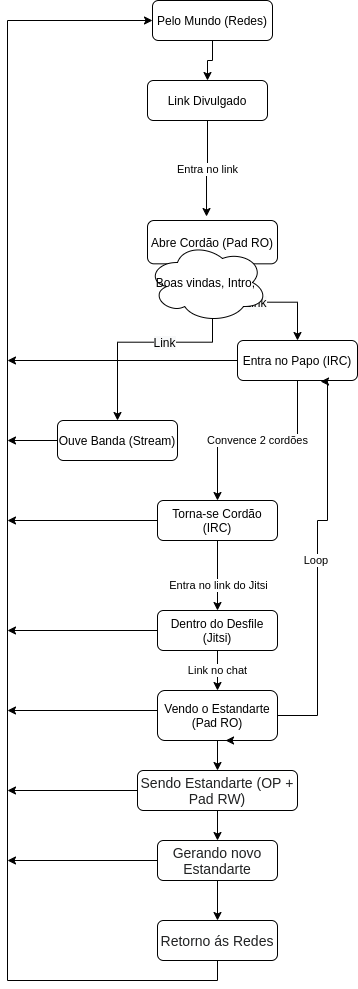
blouco/openblouco keeps this draw.io diagram as docs/diagramas/blouco.png. Above is the earlier version. Source tidied: cells renumbered, new cells last; positions are measured from the earlier drawing's top-left corner, leaving out a move shared by most shapes.
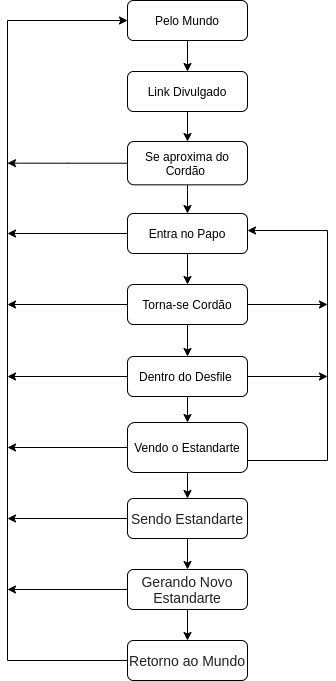
The same diagram one commit later.

Change to the diagram source:
```diff
@@ -5,136 +5,129 @@
     <mxCell id="2" style="edgeStyle=orthogonalEdgeStyle;rounded=0;jettySize=auto;html=1;exitX=0.5;exitY=1;exitDx=0;exitDy=0;" parent="1" edge="1" source="3" target="9">
       <mxGeometry relative="1" as="geometry" />
     </mxCell>
-    <mxCell id="3" value="Pelo Mundo (Redes)" style="rounded=1;whiteSpace=wrap;html=1;fontSize=12;glass=0;strokeWidth=1;shadow=0;" parent="1" vertex="1">
-      <mxGeometry x="145" width="120" height="40" as="geometry" />
+    <mxCell id="3" value="Pelo Mundo" style="rounded=1;whiteSpace=wrap;html=1;fontSize=12;glass=0;strokeWidth=1;shadow=0;" parent="1" vertex="1">
+      <mxGeometry x="140" width="120" height="40" as="geometry" />
     </mxCell>
-    <mxCell id="4" style="edgeStyle=orthogonalEdgeStyle;rounded=0;jettySize=auto;html=1;" parent="1" edge="1" source="7" target="18">
+    <mxCell id="4" style="edgeStyle=orthogonalEdgeStyle;rounded=0;jettySize=auto;html=1;entryX=0.5;entryY=0;entryDx=0;entryDy=0;" parent="1" edge="1" source="7" target="18">
       <mxGeometry relative="1" as="geometry" />
     </mxCell>
-    <mxCell id="5" value="Entra no link do Jitsi" style="edgeLabel;html=1;align=center;verticalAlign=middle;" parent="4" vertex="1">
-      <mxGeometry x="0.25" relative="1" as="geometry" />
-    </mxCell>
-    <mxCell id="6" style="edgeStyle=orthogonalEdgeStyle;rounded=0;jettySize=auto;html=1;" parent="1" edge="1" source="7">
-      <mxGeometry relative="1" as="geometry">
-        <mxPoint y="520" as="targetPoint" />
-      </mxGeometry>
-    </mxCell>
+    <mxCell id="35" style="edgeStyle=orthogonalEdgeStyle;rounded=0;jettySize=auto;html=1;" parent="1" edge="1" source="7">
+      <mxGeometry relative="1" as="geometry">
+        <mxPoint x="20" y="304" as="targetPoint" />
+      </mxGeometry>
+    </mxCell>
+    <mxCell id="36" style="edgeStyle=orthogonalEdgeStyle;rounded=0;jettySize=auto;html=1;" parent="1" edge="1" source="7">
+      <mxGeometry relative="1" as="geometry">
+        <mxPoint x="340" y="304" as="targetPoint" />
+      </mxGeometry>
+    </mxCell>
-    <mxCell id="7" value="Torna-se Cordão (IRC)" style="rounded=1;whiteSpace=wrap;html=1;fontSize=12;glass=0;strokeWidth=1;shadow=0;" parent="1" vertex="1">
-      <mxGeometry x="150" y="500" width="120" height="40" as="geometry" />
+    <mxCell id="7" value="Torna-se Cordão" style="rounded=1;whiteSpace=wrap;html=1;fontSize=12;glass=0;strokeWidth=1;shadow=0;" parent="1" vertex="1">
+      <mxGeometry x="140" y="284" width="120" height="40" as="geometry" />
     </mxCell>
-    <mxCell id="8" value="Entra no link" style="edgeStyle=orthogonalEdgeStyle;rounded=0;jettySize=auto;html=1;entryX=0.454;entryY=-0.092;entryDx=0;entryDy=0;entryPerimeter=0;" parent="1" edge="1" source="9" target="12">
-      <mxGeometry relative="1" as="geometry" />
+    <mxCell id="8" style="edgeStyle=orthogonalEdgeStyle;rounded=0;jettySize=auto;html=1;entryX=0.5;entryY=0;entryDx=0;entryDy=0;" parent="1" edge="1" source="9" target="12">
+      <mxGeometry x="0.03" y="-40" relative="1" as="geometry">
+        <mxPoint x="40" y="40" as="offset" />
+      </mxGeometry>
     </mxCell>
     <mxCell id="9" value="Link Divulgado" style="rounded=1;whiteSpace=wrap;html=1;" parent="1" vertex="1">
-      <mxGeometry x="140" y="80" width="120" height="40" as="geometry" />
+      <mxGeometry x="140" y="71" width="120" height="40" as="geometry" />
     </mxCell>
-    <mxCell id="10" value="&lt;span style=&quot;color: rgb(0 , 0 , 0) ; font-family: &amp;#34;helvetica&amp;#34; ; font-size: 12px ; font-style: normal ; font-weight: 400 ; letter-spacing: normal ; text-align: center ; text-indent: 0px ; text-transform: none ; word-spacing: 0px ; background-color: rgb(248 , 249 , 250) ; display: inline ; float: none&quot;&gt;Link&lt;/span&gt;" style="edgeStyle=orthogonalEdgeStyle;rounded=0;jettySize=auto;html=1;" parent="1" edge="1" source="12" target="33">
-      <mxGeometry relative="1" as="geometry" />
-    </mxCell>
-    <mxCell id="11" value="&lt;span style=&quot;color: rgb(0 , 0 , 0) ; font-family: &amp;#34;helvetica&amp;#34; ; font-size: 12px ; font-style: normal ; font-weight: 400 ; letter-spacing: normal ; text-align: center ; text-indent: 0px ; text-transform: none ; word-spacing: 0px ; background-color: rgb(248 , 249 , 250) ; display: inline ; float: none&quot;&gt;Link&lt;br&gt;&lt;/span&gt;" style="edgeStyle=orthogonalEdgeStyle;rounded=0;jettySize=auto;html=1;" parent="1" edge="1" source="12" target="15">
-      <mxGeometry relative="1" as="geometry" />
+    <mxCell id="11" value="&lt;span style=&quot;color: rgb(0 , 0 , 0) ; font-family: &amp;#34;helvetica&amp;#34; ; font-size: 12px ; font-style: normal ; font-weight: 400 ; letter-spacing: normal ; text-align: center ; text-indent: 0px ; text-transform: none ; word-spacing: 0px ; background-color: rgb(248 , 249 , 250) ; display: inline ; float: none&quot;&gt;&lt;br&gt;&lt;/span&gt;" style="edgeStyle=orthogonalEdgeStyle;rounded=0;jettySize=auto;html=1;entryX=0.5;entryY=0;entryDx=0;entryDy=0;" parent="1" edge="1" source="12" target="15">
+      <mxGeometry x="1" y="11" relative="1" as="geometry">
+        <Array as="points">
+          <mxPoint x="200" y="190" />
+        </Array>
+        <mxPoint x="-6" y="10" as="offset" />
+      </mxGeometry>
     </mxCell>
+    <mxCell id="37" style="edgeStyle=orthogonalEdgeStyle;rounded=0;jettySize=auto;html=1;" parent="1" edge="1" source="12">
+      <mxGeometry relative="1" as="geometry">
+        <mxPoint x="20" y="162.7" as="targetPoint" />
+      </mxGeometry>
+    </mxCell>
-    <mxCell id="12" value="Abre Cordão (Pad RO)" style="rounded=1;whiteSpace=wrap;html=1;" parent="1" vertex="1">
-      <mxGeometry x="140" y="220" width="130" height="43.3" as="geometry" />
+    <mxCell id="12" value="Se aproxima do Cordão&amp;nbsp;" style="rounded=1;whiteSpace=wrap;html=1;" parent="1" vertex="1">
+      <mxGeometry x="140" y="141" width="120" height="43.3" as="geometry" />
     </mxCell>
-    <mxCell id="13" value="Convence 2 cordões" style="edgeStyle=orthogonalEdgeStyle;rounded=0;jettySize=auto;html=1;" parent="1" edge="1" source="15" target="7">
-      <mxGeometry relative="1" as="geometry" />
+    <mxCell id="13" style="edgeStyle=orthogonalEdgeStyle;rounded=0;jettySize=auto;html=1;" parent="1" edge="1" source="15" target="7">
+      <mxGeometry x="0.4" y="-50" relative="1" as="geometry" />
     </mxCell>
-    <mxCell id="14" style="edgeStyle=orthogonalEdgeStyle;rounded=0;jettySize=auto;html=1;" parent="1" edge="1" source="15">
-      <mxGeometry relative="1" as="geometry">
-        <mxPoint y="360" as="targetPoint" />
-      </mxGeometry>
-    </mxCell>
+    <mxCell id="38" style="edgeStyle=orthogonalEdgeStyle;rounded=0;jettySize=auto;html=1;" parent="1" edge="1" source="15">
+      <mxGeometry relative="1" as="geometry">
+        <mxPoint x="20" y="233" as="targetPoint" />
+      </mxGeometry>
+    </mxCell>
-    <mxCell id="15" value="Entra no Papo (IRC)" style="rounded=1;whiteSpace=wrap;html=1;" parent="1" vertex="1">
-      <mxGeometry x="230" y="340" width="120" height="40" as="geometry" />
+    <mxCell id="15" value="Entra no Papo" style="rounded=1;whiteSpace=wrap;html=1;" parent="1" vertex="1">
+      <mxGeometry x="140" y="213" width="120" height="40" as="geometry" />
     </mxCell>
-    <mxCell id="16" style="edgeStyle=orthogonalEdgeStyle;rounded=0;jettySize=auto;html=1;" parent="1" edge="1" source="18">
-      <mxGeometry relative="1" as="geometry">
-        <mxPoint y="630" as="targetPoint" />
-      </mxGeometry>
-    </mxCell>
-    <mxCell id="17" value="Link no chat" style="edgeStyle=orthogonalEdgeStyle;rounded=0;jettySize=auto;html=1;entryX=0.5;entryY=0;entryDx=0;entryDy=0;" parent="1" edge="1" source="18" target="25">
+    <mxCell id="17" style="edgeStyle=orthogonalEdgeStyle;rounded=0;jettySize=auto;html=1;" parent="1" edge="1" source="18" target="25">
       <mxGeometry relative="1" as="geometry" />
     </mxCell>
+    <mxCell id="39" style="edgeStyle=orthogonalEdgeStyle;rounded=0;jettySize=auto;html=1;" parent="1" edge="1" source="18">
+      <mxGeometry relative="1" as="geometry">
+        <mxPoint x="20" y="376" as="targetPoint" />
+      </mxGeometry>
+    </mxCell>
+    <mxCell id="40" style="edgeStyle=orthogonalEdgeStyle;rounded=0;jettySize=auto;html=1;" parent="1" edge="1" source="18">
+      <mxGeometry relative="1" as="geometry">
+        <mxPoint x="340" y="376" as="targetPoint" />
+      </mxGeometry>
+    </mxCell>
-    <mxCell id="18" value="Dentro do Desfile (Jitsi)" style="rounded=1;whiteSpace=wrap;html=1;fontSize=12;glass=0;strokeWidth=1;shadow=0;" parent="1" vertex="1">
-      <mxGeometry x="150" y="610" width="120" height="40" as="geometry" />
+    <mxCell id="18" value="Dentro do Desfile&amp;nbsp;" style="rounded=1;whiteSpace=wrap;html=1;fontSize=12;glass=0;strokeWidth=1;shadow=0;" parent="1" vertex="1">
+      <mxGeometry x="140" y="356" width="120" height="40" as="geometry" />
     </mxCell>
-    <mxCell id="19" style="edgeStyle=orthogonalEdgeStyle;rounded=0;jettySize=auto;html=1;" parent="1" edge="1" source="21">
-      <mxGeometry relative="1" as="geometry">
-        <mxPoint y="790" as="targetPoint" />
-      </mxGeometry>
-    </mxCell>
-    <mxCell id="20" style="edgeStyle=orthogonalEdgeStyle;rounded=0;jettySize=auto;html=1;" parent="1" edge="1" source="21" target="28">
+    <mxCell id="20" style="edgeStyle=orthogonalEdgeStyle;rounded=0;jettySize=auto;html=1;entryX=0.5;entryY=0;entryDx=0;entryDy=0;" parent="1" edge="1" source="21" target="28">
       <mxGeometry relative="1" as="geometry" />
     </mxCell>
+    <mxCell id="41" style="edgeStyle=orthogonalEdgeStyle;rounded=0;jettySize=auto;html=1;" parent="1" edge="1" source="21">
+      <mxGeometry relative="1" as="geometry">
+        <mxPoint x="20" y="518" as="targetPoint" />
+      </mxGeometry>
+    </mxCell>
-    <mxCell id="21" value="&lt;font color=&quot;#202122&quot; face=&quot;sans-serif&quot;&gt;&lt;span style=&quot;font-size: 14px ; background-color: rgb(255 , 255 , 255)&quot;&gt;Sendo Estandarte (OP + Pad RW)&lt;/span&gt;&lt;/font&gt;" style="rounded=1;whiteSpace=wrap;html=1;fontSize=12;glass=0;strokeWidth=1;shadow=0;" parent="1" vertex="1">
-      <mxGeometry x="130" y="770" width="160" height="40" as="geometry" />
+    <mxCell id="21" value="&lt;font color=&quot;#202122&quot; face=&quot;sans-serif&quot;&gt;&lt;span style=&quot;font-size: 14px ; background-color: rgb(255 , 255 , 255)&quot;&gt;Sendo Estandarte&lt;/span&gt;&lt;/font&gt;" style="rounded=1;whiteSpace=wrap;html=1;fontSize=12;glass=0;strokeWidth=1;shadow=0;" parent="1" vertex="1">
+      <mxGeometry x="140" y="498" width="120" height="40" as="geometry" />
     </mxCell>
-    <mxCell id="22" style="edgeStyle=orthogonalEdgeStyle;rounded=0;jettySize=auto;html=1;exitX=0.083;exitY=0.6;exitDx=0;exitDy=0;exitPerimeter=0;" parent="1" edge="1" source="25">
-      <mxGeometry relative="1" as="geometry">
-        <mxPoint y="710" as="targetPoint" />
-        <Array as="points">
-          <mxPoint x="160" y="710" />
-        </Array>
-      </mxGeometry>
-    </mxCell>
-    <mxCell id="23" style="edgeStyle=orthogonalEdgeStyle;rounded=0;jettySize=auto;html=1;" parent="1" edge="1" source="25" target="21">
+    <mxCell id="23" style="edgeStyle=orthogonalEdgeStyle;rounded=0;jettySize=auto;html=1;entryX=0.5;entryY=0;entryDx=0;entryDy=0;" parent="1" edge="1" source="25" target="21">
       <mxGeometry relative="1" as="geometry" />
     </mxCell>
-    <mxCell id="24" value="Loop&amp;nbsp;" style="edgeStyle=orthogonalEdgeStyle;rounded=0;jettySize=auto;html=1;entryX=0.692;entryY=1.025;entryDx=0;entryDy=0;entryPerimeter=0;" parent="1" edge="1" source="25" target="15">
-      <mxGeometry relative="1" as="geometry">
-        <Array as="points">
-          <mxPoint x="310" y="715" />
-          <mxPoint x="310" y="520" />
-          <mxPoint x="320" y="520" />
-          <mxPoint x="320" y="381" />
-        </Array>
-      </mxGeometry>
-    </mxCell>
+    <mxCell id="42" style="edgeStyle=orthogonalEdgeStyle;rounded=0;jettySize=auto;html=1;" parent="1" edge="1" source="25">
+      <mxGeometry relative="1" as="geometry">
+        <mxPoint x="20" y="447" as="targetPoint" />
+      </mxGeometry>
+    </mxCell>
+    <mxCell id="43" style="edgeStyle=orthogonalEdgeStyle;rounded=0;jettySize=auto;html=1;" parent="1" edge="1" source="25">
+      <mxGeometry relative="1" as="geometry">
+        <mxPoint x="260" y="230" as="targetPoint" />
+        <Array as="points">
+          <mxPoint x="340" y="460" />
+          <mxPoint x="340" y="230" />
+          <mxPoint x="260" y="230" />
+        </Array>
+      </mxGeometry>
+    </mxCell>
-    <mxCell id="25" value="Vendo o Estandarte (Pad RO)" style="rounded=1;whiteSpace=wrap;html=1;fontSize=12;glass=0;strokeWidth=1;shadow=0;" parent="1" vertex="1">
-      <mxGeometry x="150" y="690" width="120" height="50" as="geometry" />
+    <mxCell id="25" value="Vendo o Estandarte" style="rounded=1;whiteSpace=wrap;html=1;fontSize=12;glass=0;strokeWidth=1;shadow=0;" parent="1" vertex="1">
+      <mxGeometry x="140" y="422" width="120" height="50" as="geometry" />
     </mxCell>
-    <mxCell id="26" style="edgeStyle=orthogonalEdgeStyle;rounded=0;jettySize=auto;html=1;" parent="1" edge="1" source="28">
-      <mxGeometry relative="1" as="geometry">
-        <mxPoint y="860" as="targetPoint" />
-      </mxGeometry>
-    </mxCell>
     <mxCell id="27" style="edgeStyle=orthogonalEdgeStyle;rounded=0;jettySize=auto;html=1;entryX=0.5;entryY=0;entryDx=0;entryDy=0;" parent="1" edge="1" source="28" target="30">
       <mxGeometry relative="1" as="geometry" />
     </mxCell>
+    <mxCell id="44" style="edgeStyle=orthogonalEdgeStyle;rounded=0;jettySize=auto;html=1;" parent="1" edge="1" source="28">
+      <mxGeometry relative="1" as="geometry">
+        <mxPoint x="20" y="589" as="targetPoint" />
+      </mxGeometry>
+    </mxCell>
-    <mxCell id="28" value="&lt;span style=&quot;color: rgb(32 , 33 , 34) ; font-family: sans-serif ; font-size: 14px ; background-color: rgb(255 , 255 , 255)&quot;&gt;Gerando novo Estandarte&lt;/span&gt;" style="rounded=1;whiteSpace=wrap;html=1;fontSize=12;glass=0;strokeWidth=1;shadow=0;" parent="1" vertex="1">
-      <mxGeometry x="150" y="840" width="120" height="40" as="geometry" />
+    <mxCell id="28" value="&lt;span style=&quot;color: rgb(32 , 33 , 34) ; font-family: sans-serif ; font-size: 14px ; background-color: rgb(255 , 255 , 255)&quot;&gt;Gerando Novo Estandarte&lt;/span&gt;" style="rounded=1;whiteSpace=wrap;html=1;fontSize=12;glass=0;strokeWidth=1;shadow=0;" parent="1" vertex="1">
+      <mxGeometry x="140" y="569" width="120" height="40" as="geometry" />
     </mxCell>
     <mxCell id="29" style="edgeStyle=orthogonalEdgeStyle;rounded=0;jettySize=auto;html=1;entryX=0;entryY=0.5;entryDx=0;entryDy=0;" parent="1" edge="1" source="30" target="3">
       <mxGeometry relative="1" as="geometry">
         <Array as="points">
-          <mxPoint x="210" y="980" />
-          <mxPoint y="980" />
-          <mxPoint y="20" />
+          <mxPoint x="20" y="660" />
+          <mxPoint x="20" y="20" />
         </Array>
       </mxGeometry>
     </mxCell>
-    <mxCell id="30" value="&lt;span style=&quot;color: rgb(32 , 33 , 34) ; font-family: sans-serif ; font-size: 14px ; background-color: rgb(255 , 255 , 255)&quot;&gt;Retorno ás Redes&lt;/span&gt;" style="rounded=1;whiteSpace=wrap;html=1;fontSize=12;glass=0;strokeWidth=1;shadow=0;" parent="1" vertex="1">
-      <mxGeometry x="150" y="920" width="120" height="40" as="geometry" />
+    <mxCell id="30" value="&lt;span style=&quot;color: rgb(32 , 33 , 34) ; font-family: sans-serif ; font-size: 14px ; background-color: rgb(255 , 255 , 255)&quot;&gt;Retorno ao Mundo&lt;/span&gt;" style="rounded=1;whiteSpace=wrap;html=1;fontSize=12;glass=0;strokeWidth=1;shadow=0;" parent="1" vertex="1">
+      <mxGeometry x="140" y="640" width="120" height="40" as="geometry" />
     </mxCell>
-    <mxCell id="31" value="Boas vindas, Intro,&amp;nbsp;" style="ellipse;shape=cloud;whiteSpace=wrap;html=1;" parent="1" vertex="1">
-      <mxGeometry x="140" y="242" width="120" height="80" as="geometry" />
-    </mxCell>
-    <mxCell id="32" style="edgeStyle=orthogonalEdgeStyle;rounded=0;jettySize=auto;html=1;" parent="1" edge="1" source="33">
-      <mxGeometry relative="1" as="geometry">
-        <mxPoint y="440" as="targetPoint" />
-      </mxGeometry>
-    </mxCell>
-    <mxCell id="33" value="Ouve Banda (Stream)" style="rounded=1;whiteSpace=wrap;html=1;" parent="1" vertex="1">
-      <mxGeometry x="50" y="420" width="120" height="40" as="geometry" />
-    </mxCell>
-    <mxCell id="34" style="edgeStyle=orthogonalEdgeStyle;rounded=0;orthogonalLoop=1;jettySize=auto;html=1;exitX=0.5;exitY=1;exitDx=0;exitDy=0;entryX=0.567;entryY=1;entryDx=0;entryDy=0;entryPerimeter=0;" parent="1" edge="1" source="25" target="25">
-      <mxGeometry relative="1" as="geometry">
-        <Array as="points">
-          <mxPoint x="250" y="740" />
-          <mxPoint x="250" y="740" />
-        </Array>
-      </mxGeometry>
-    </mxCell>
   </root>
 </mxGraphModel>
```
